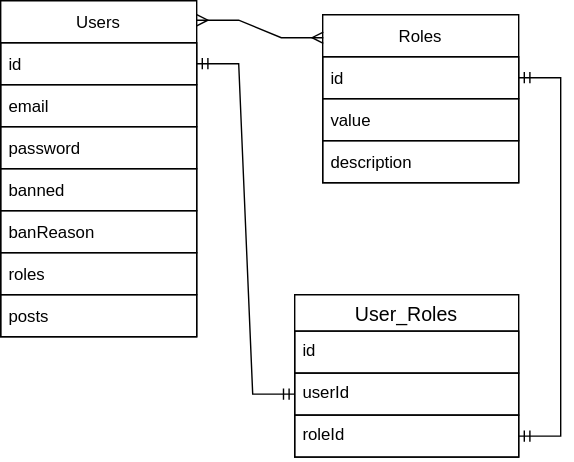
FedorowPavel/Blog keeps this draw.io diagram as server/data-relationships.svg. Above is the earlier version. Source tidied: cells renumbered, new cells last; positions are measured from the earlier drawing's top-left corner, leaving out a move shared by most shapes.
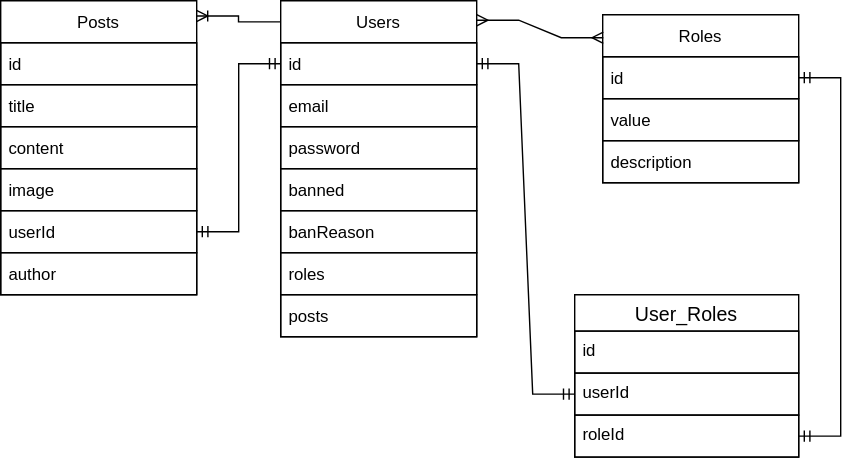
The same diagram one commit later.

Commit message:
data diagram updated

Change to the diagram source:
```diff
@@ -38,7 +38,7 @@
     <mxCell id="13" value="description" style="text;strokeColor=#000000;fillColor=none;align=left;verticalAlign=middle;spacingLeft=4;spacingRight=4;overflow=hidden;" parent="10" vertex="1">
       <mxGeometry y="90" width="140" height="30" as="geometry" />
     </mxCell>
-    <mxCell id="14" style="edgeStyle=entityRelationEdgeStyle;fontSize=12;html=1;endArrow=ERmany;startArrow=ERmany;rounded=0;exitX=1;exitY=0.058;exitDx=0;exitDy=0;exitPerimeter=0;entryX=0.003;entryY=0.137;entryDx=0;entryDy=0;entryPerimeter=0;" parent="1" edge="1" source="2" target="10">
+    <mxCell id="14" style="edgeStyle=entityRelationEdgeStyle;fontSize=12;html=1;endArrow=ERmany;startArrow=ERmany;rounded=0;exitX=1;exitY=0.058;exitDx=0;exitDy=0;exitPerimeter=0;entryX=0.003;entryY=0.137;entryDx=0;entryDy=0;entryPerimeter=0;strokeColor=#000000;" parent="1" edge="1" source="2" target="10">
       <mxGeometry relative="1" as="geometry" />
     </mxCell>
     <mxCell id="15" value="User_Roles" style="swimlane;fontStyle=0;horizontal=1;startSize=26;align=center;fontSize=14;strokeColor=#000000;" parent="1" vertex="1">
@@ -53,11 +53,38 @@
     <mxCell id="18" value="roleId" style="text;strokeColor=#000000;fillColor=none;spacingLeft=4;spacingRight=4;overflow=hidden;points=[[0,0.5],[1,0.5]];portConstraint=eastwest;fontSize=12;" parent="15" vertex="1">
       <mxGeometry y="86" width="160" height="30" as="geometry" />
     </mxCell>
-    <mxCell id="19" style="edgeStyle=entityRelationEdgeStyle;fontSize=12;html=1;endArrow=ERmandOne;startArrow=ERmandOne;rounded=0;exitX=1;exitY=0.5;exitDx=0;exitDy=0;entryX=0;entryY=0.5;entryDx=0;entryDy=0;" parent="1" edge="1" source="3" target="17">
+    <mxCell id="19" style="edgeStyle=entityRelationEdgeStyle;fontSize=12;html=1;endArrow=ERmandOne;startArrow=ERmandOne;rounded=0;exitX=1;exitY=0.5;exitDx=0;exitDy=0;entryX=0;entryY=0.5;entryDx=0;entryDy=0;strokeColor=#000000;" parent="1" edge="1" source="3" target="17">
       <mxGeometry relative="1" as="geometry" />
     </mxCell>
-    <mxCell id="20" style="edgeStyle=entityRelationEdgeStyle;fontSize=12;html=1;endArrow=ERmandOne;startArrow=ERmandOne;rounded=0;entryX=1;entryY=0.5;entryDx=0;entryDy=0;exitX=1;exitY=0.5;exitDx=0;exitDy=0;" parent="1" edge="1" source="18" target="11">
+    <mxCell id="20" style="edgeStyle=entityRelationEdgeStyle;fontSize=12;html=1;endArrow=ERmandOne;startArrow=ERmandOne;rounded=0;entryX=1;entryY=0.5;entryDx=0;entryDy=0;exitX=1;exitY=0.5;exitDx=0;exitDy=0;strokeColor=#000000;" parent="1" edge="1" source="18" target="11">
       <mxGeometry relative="1" as="geometry" />
     </mxCell>
+    <mxCell id="21" value="Posts" style="swimlane;fontStyle=0;horizontal=1;startSize=30;rounded=0;strokeColor=#000000;" parent="1" vertex="1">
+      <mxGeometry x="-200" width="140" height="210" as="geometry" />
+    </mxCell>
+    <mxCell id="22" value="id" style="text;align=left;verticalAlign=middle;spacingLeft=4;spacingRight=4;overflow=hidden;strokeColor=#000000;" parent="21" vertex="1">
+      <mxGeometry y="30" width="140" height="30" as="geometry" />
+    </mxCell>
+    <mxCell id="23" value="title" style="text;strokeColor=#000000;fillColor=none;align=left;verticalAlign=middle;spacingLeft=4;spacingRight=4;overflow=hidden;" parent="21" vertex="1">
+      <mxGeometry y="60" width="140" height="30" as="geometry" />
+    </mxCell>
+    <mxCell id="24" value="content" style="text;strokeColor=#000000;fillColor=none;align=left;verticalAlign=middle;spacingLeft=4;spacingRight=4;overflow=hidden;" parent="21" vertex="1">
+      <mxGeometry y="90" width="140" height="30" as="geometry" />
+    </mxCell>
+    <mxCell id="25" value="image" style="text;strokeColor=#000000;fillColor=none;align=left;verticalAlign=middle;spacingLeft=4;spacingRight=4;overflow=hidden;" parent="21" vertex="1">
+      <mxGeometry y="120" width="140" height="30" as="geometry" />
+    </mxCell>
+    <mxCell id="26" value="userId" style="text;strokeColor=#000000;fillColor=none;align=left;verticalAlign=middle;spacingLeft=4;spacingRight=4;overflow=hidden;points=[[0,0.5],[1,0.5]];portConstraint=eastwest;" parent="21" vertex="1">
+      <mxGeometry y="150" width="140" height="30" as="geometry" />
+    </mxCell>
+    <mxCell id="27" value="author" style="text;strokeColor=#000000;fillColor=none;align=left;verticalAlign=middle;spacingLeft=4;spacingRight=4;overflow=hidden;" parent="21" vertex="1">
+      <mxGeometry y="180" width="140" height="30" as="geometry" />
+    </mxCell>
+    <mxCell id="28" style="edgeStyle=entityRelationEdgeStyle;fontSize=12;html=1;endArrow=ERoneToMany;rounded=0;strokeColor=#000000;entryX=0.999;entryY=0.052;entryDx=0;entryDy=0;exitX=-0.001;exitY=0.063;exitDx=0;exitDy=0;entryPerimeter=0;exitPerimeter=0;" parent="1" edge="1" source="2" target="21">
+      <mxGeometry relative="1" as="geometry" />
+    </mxCell>
+    <mxCell id="29" style="edgeStyle=entityRelationEdgeStyle;fontSize=12;html=1;endArrow=ERmandOne;startArrow=ERmandOne;rounded=0;strokeColor=#000000;entryX=0;entryY=0.5;entryDx=0;entryDy=0;exitX=1;exitY=0.5;exitDx=0;exitDy=0;" parent="1" edge="1" source="26" target="3">
+      <mxGeometry relative="1" as="geometry" />
+    </mxCell>
   </root>
 </mxGraphModel>
```
